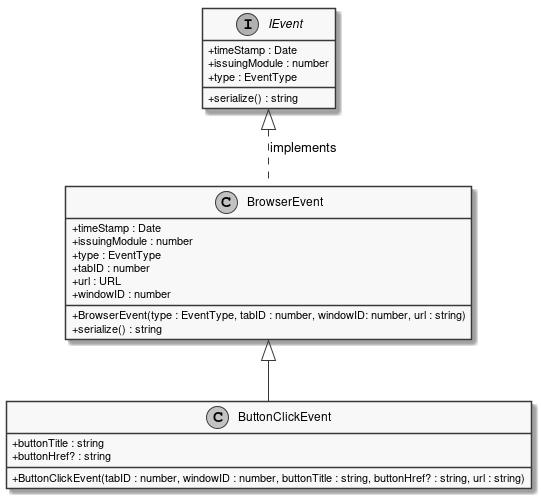
This is documents/sd/resources/Classes/BrowserExtension/Listeners/ButtonClickEvent.png from insightmind/MORR, a PlantUML export, as it was before one commit.
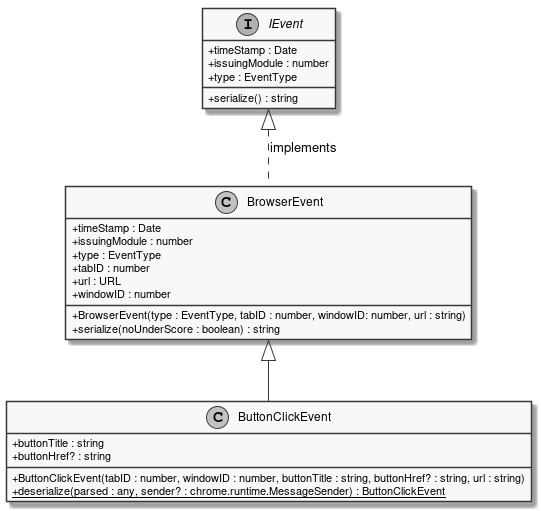
After the commit.

What changed in the source:
```diff
@@ -6,6 +6,7 @@
     + buttonTitle : string
     + buttonHref? : string
     + ButtonClickEvent(tabID : number, windowID : number, buttonTitle : string, buttonHref? : string, url : string)
+    + {static} deserialize(parsed : any, sender? : chrome.runtime.MessageSender) : ButtonClickEvent
 }
 interface IEvent {
     + timeStamp : Date
@@ -20,9 +21,9 @@
     + timeStamp : Date
     + issuingModule : number
     + type : EventType
-    + serialize() : string
     + tabID : number
     + url : URL
     + windowID : number
+    + serialize(noUnderScore : boolean) : string
 }
 @enduml
```
